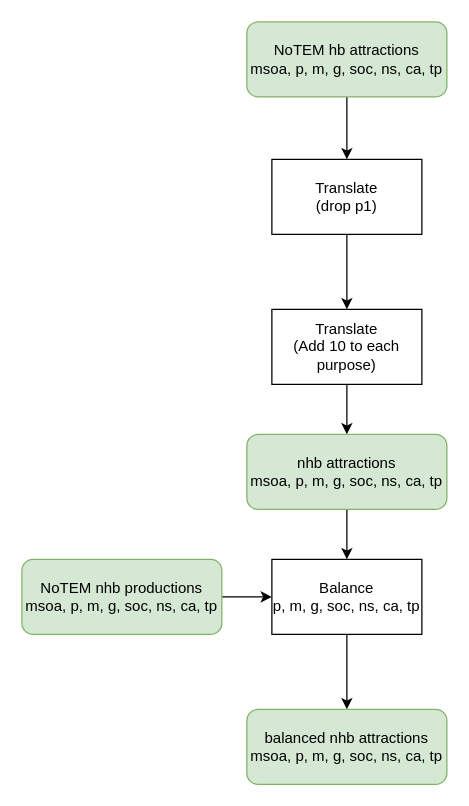
Above: page "NHB Attractions Model" (6 of 6) of docs/op_models/NoTEM/NoTEM Code Structure.drawio in Transport-for-the-North/NorMITs-Demand (draw.io), before the change. Source tidied: cells renumbered, new cells numbered last; positions are measured from the earlier drawing's top-left corner, leaving out a move shared by most shapes. Both pictures are drawn from the tidied source at 125%, with x=0, y=0 at pixel (21, 21).
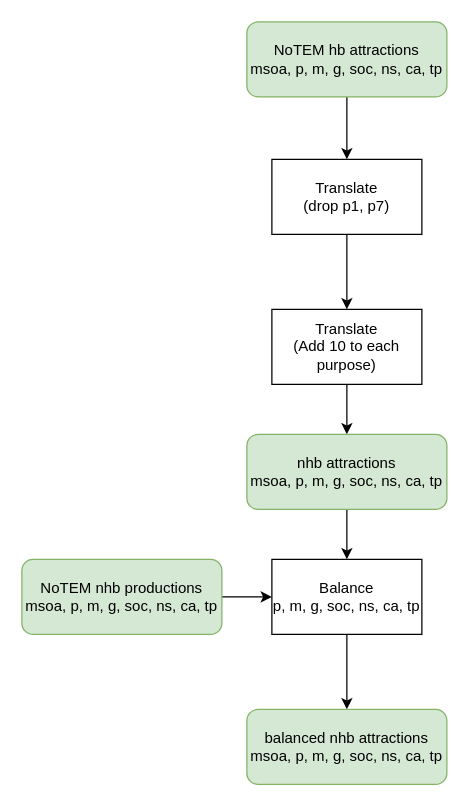
The same page after the edit.

The edit, as a diff of the source:
```diff
@@
 <mxGraphModel>
   <root>
     <mxCell id="0" />
     <mxCell id="1" parent="0" />
     <mxCell id="2" style="edgeStyle=orthogonalEdgeStyle;rounded=0;jettySize=auto;html=1;" parent="1" edge="1" source="3" target="5">
       <mxGeometry relative="1" as="geometry" />
     </mxCell>
     <mxCell id="3" value="NoTEM hb attractions&lt;br&gt;msoa, p, m, g, soc, ns, ca, tp" style="rounded=1;whiteSpace=wrap;html=1;fillColor=#d5e8d4;strokeColor=#82b366;" parent="1" vertex="1">
       <mxGeometry x="180" width="160" height="60" as="geometry" />
     </mxCell>
     <mxCell id="4" style="edgeStyle=orthogonalEdgeStyle;rounded=0;jettySize=auto;html=1;" parent="1" edge="1" source="5" target="7">
       <mxGeometry relative="1" as="geometry" />
     </mxCell>
-    <mxCell id="5" value="Translate&lt;br&gt;(drop p1)" style="rounded=0;whiteSpace=wrap;html=1;" parent="1" vertex="1">
+    <mxCell id="5" value="Translate&lt;br&gt;(drop p1, p7)" style="rounded=0;whiteSpace=wrap;html=1;" parent="1" vertex="1">
       <mxGeometry x="200" y="110" width="120" height="60" as="geometry" />
     </mxCell>
     <mxCell id="6" style="edgeStyle=orthogonalEdgeStyle;rounded=0;jettySize=auto;html=1;" parent="1" edge="1" source="7" target="9">
       <mxGeometry relative="1" as="geometry" />
     </mxCell>
     <mxCell id="7" value="Translate&lt;br&gt;(Add 10 to each purpose)" style="rounded=0;whiteSpace=wrap;html=1;" parent="1" vertex="1">
       <mxGeometry x="200" y="230" width="120" height="60" as="geometry" />
     </mxCell>
     <mxCell id="8" style="edgeStyle=orthogonalEdgeStyle;rounded=0;jettySize=auto;html=1;" parent="1" edge="1" source="9" target="13">
       <mxGeometry relative="1" as="geometry" />
     </mxCell>
     <mxCell id="9" value="nhb attractions&lt;br&gt;msoa, p, m, g, soc, ns, ca, tp" style="rounded=1;whiteSpace=wrap;html=1;fillColor=#d5e8d4;strokeColor=#82b366;" parent="1" vertex="1">
       <mxGeometry x="180" y="330" width="160" height="60" as="geometry" />
     </mxCell>
     <mxCell id="10" style="edgeStyle=orthogonalEdgeStyle;rounded=0;jettySize=auto;html=1;" parent="1" edge="1" source="11" target="13">
       <mxGeometry relative="1" as="geometry" />
     </mxCell>
     <mxCell id="11" value="NoTEM nhb productions&lt;br&gt;msoa, p, m, g, soc, ns, ca, tp" style="rounded=1;whiteSpace=wrap;html=1;fillColor=#d5e8d4;strokeColor=#82b366;" parent="1" vertex="1">
       <mxGeometry y="430" width="160" height="60" as="geometry" />
     </mxCell>
     <mxCell id="12" style="edgeStyle=orthogonalEdgeStyle;rounded=0;jettySize=auto;html=1;" parent="1" edge="1" source="13" target="14">
       <mxGeometry relative="1" as="geometry" />
     </mxCell>
     <mxCell id="13" value="Balance&lt;br&gt;p, m, g, soc, ns, ca, tp" style="rounded=0;whiteSpace=wrap;html=1;" parent="1" vertex="1">
       <mxGeometry x="200" y="430" width="120" height="60" as="geometry" />
     </mxCell>
     <mxCell id="14" value="balanced nhb attractions&lt;br&gt;msoa, p, m, g, soc, ns, ca, tp" style="rounded=1;whiteSpace=wrap;html=1;fillColor=#d5e8d4;strokeColor=#82b366;" parent="1" vertex="1">
       <mxGeometry x="180" y="550" width="160" height="60" as="geometry" />
     </mxCell>
   </root>
 </mxGraphModel>
```
